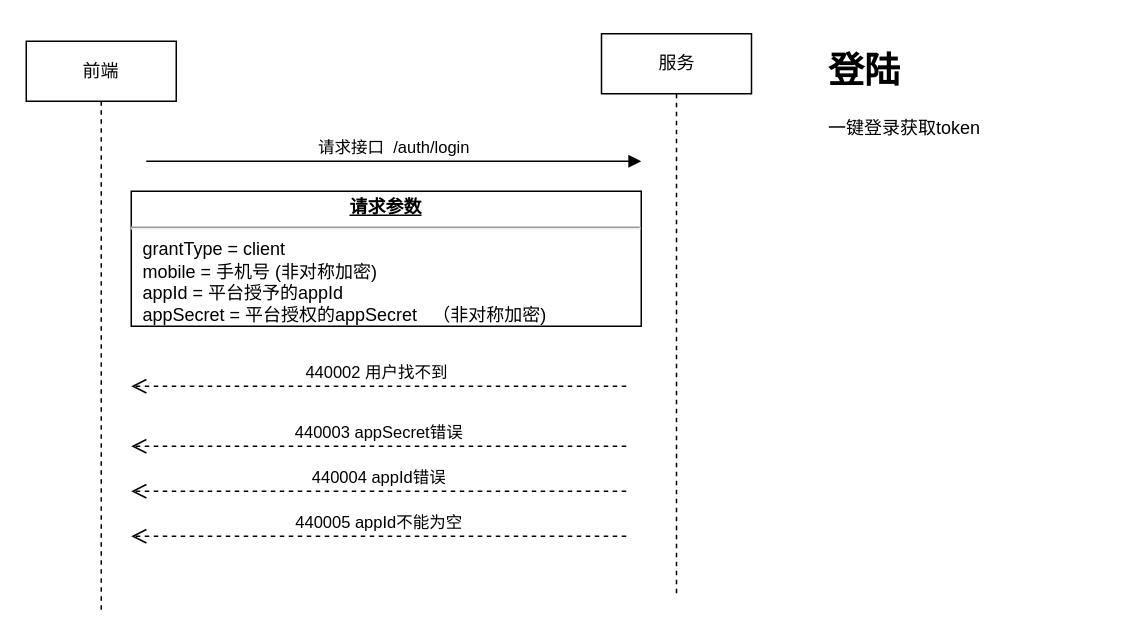
This is 新智享调车.drawio from yangrenqing/yangrenqing, a draw.io file, before an edit. Source tidied: cells renumbered, new cells numbered last; positions are measured from the earlier drawing's top-left corner, leaving out a move shared by most shapes. Both pictures are drawn from the tidied source at 150%, with x=0, y=0 at pixel (26, 33).
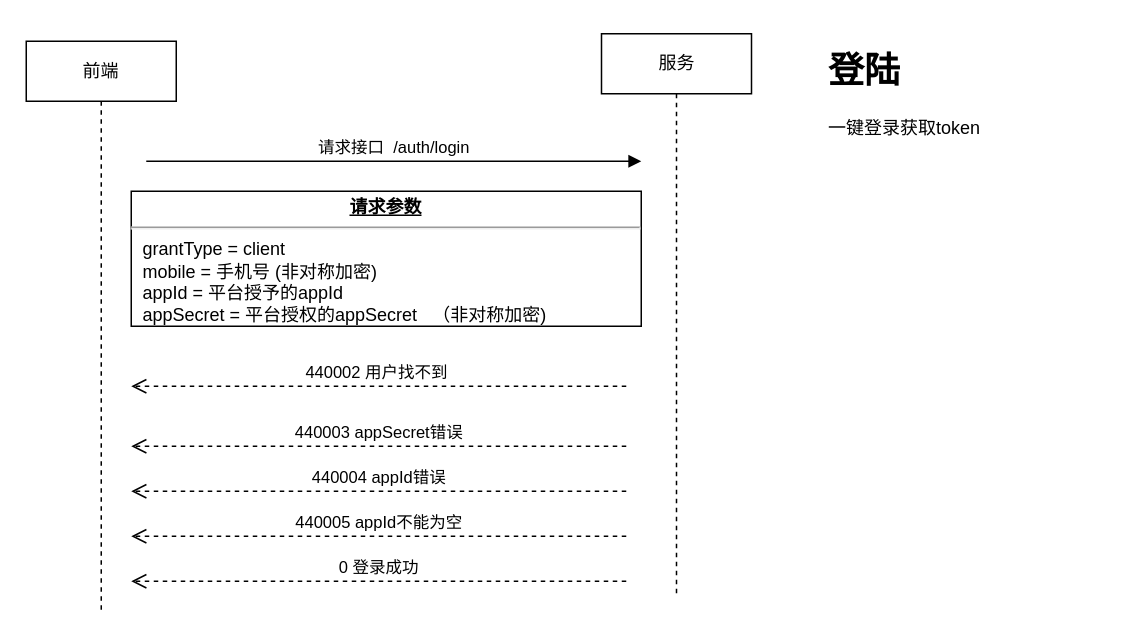
The same diagram, later.

Commit message (it also covers changes not shown here):
Update 新智享调车.drawio

The edit, as a diff of the source:
```diff
@@
 <mxGraphModel>
   <root>
     <mxCell id="0" />
     <mxCell id="1" parent="0" />
     <mxCell id="2" value="前端" style="shape=umlLifeline;perimeter=lifelinePerimeter;whiteSpace=wrap;html=1;" parent="1" vertex="1">
       <mxGeometry y="5" width="100" height="380" as="geometry" />
     </mxCell>
     <mxCell id="3" value="服务" style="shape=umlLifeline;perimeter=lifelinePerimeter;whiteSpace=wrap;html=1;" parent="1" vertex="1">
       <mxGeometry x="383.5" width="100" height="375" as="geometry" />
     </mxCell>
     <mxCell id="4" value="&lt;h1&gt;登陆&lt;/h1&gt;&lt;p&gt;一键登录获取token&lt;/p&gt;" style="text;html=1;strokeColor=none;fillColor=none;spacing=5;spacingTop=-20;whiteSpace=wrap;overflow=hidden;rounded=0;" parent="1" vertex="1">
       <mxGeometry x="530" y="5" width="190" height="120" as="geometry" />
     </mxCell>
     <mxCell id="5" value="请求接口&amp;nbsp; /auth/login" style="html=1;verticalAlign=bottom;endArrow=block;" parent="1" edge="1">
       <mxGeometry relative="1" as="geometry">
         <mxPoint x="80" y="85" as="sourcePoint" />
         <mxPoint x="410" y="85" as="targetPoint" />
       </mxGeometry>
     </mxCell>
     <mxCell id="6" value="&lt;p style=&quot;margin: 0px ; margin-top: 4px ; text-align: center ; text-decoration: underline&quot;&gt;&lt;b&gt;请求参数&lt;/b&gt;&lt;/p&gt;&lt;hr&gt;&lt;p style=&quot;margin: 0px ; margin-left: 8px&quot;&gt;grantType = client&lt;br&gt;mobile = 手机号 (非对称加密)&lt;br&gt;appId = 平台授予的appId&lt;/p&gt;&lt;p style=&quot;margin: 0px ; margin-left: 8px&quot;&gt;appSecret = 平台授权的appSecret&amp;nbsp; &amp;nbsp;（非对称加密)&amp;nbsp; &amp;nbsp; &amp;nbsp; &amp;nbsp; &amp;nbsp; &amp;nbsp; &amp;nbsp; &amp;nbsp; &amp;nbsp; &amp;nbsp; &amp;nbsp; &amp;nbsp; &amp;nbsp; &amp;nbsp; &amp;nbsp; &amp;nbsp; &amp;nbsp;&amp;nbsp;&lt;/p&gt;" style="verticalAlign=top;align=left;overflow=fill;fontSize=12;fontFamily=Helvetica;html=1;" parent="1" vertex="1">
       <mxGeometry x="70" y="105" width="340" height="90" as="geometry" />
     </mxCell>
     <mxCell id="7" value="440002 用户找不到&amp;nbsp;" style="html=1;verticalAlign=bottom;endArrow=open;dashed=1;endSize=8;" parent="1" edge="1">
       <mxGeometry relative="1" as="geometry">
         <mxPoint x="400" y="235" as="sourcePoint" />
         <mxPoint x="70" y="235" as="targetPoint" />
       </mxGeometry>
     </mxCell>
     <mxCell id="8" value="440003 appSecret错误" style="html=1;verticalAlign=bottom;endArrow=open;dashed=1;endSize=8;" parent="1" edge="1">
       <mxGeometry relative="1" as="geometry">
         <mxPoint x="400" y="275" as="sourcePoint" />
         <mxPoint x="70" y="275" as="targetPoint" />
         <Array as="points">
           <mxPoint x="230" y="275" />
         </Array>
       </mxGeometry>
     </mxCell>
     <mxCell id="9" value="440004 appId错误" style="html=1;verticalAlign=bottom;endArrow=open;dashed=1;endSize=8;" parent="1" edge="1">
       <mxGeometry relative="1" as="geometry">
         <mxPoint x="400" y="305" as="sourcePoint" />
         <mxPoint x="70" y="305" as="targetPoint" />
       </mxGeometry>
     </mxCell>
     <mxCell id="10" value="440005 appId不能为空" style="html=1;verticalAlign=bottom;endArrow=open;dashed=1;endSize=8;" parent="1" edge="1">
       <mxGeometry relative="1" as="geometry">
         <mxPoint x="400" y="335" as="sourcePoint" />
         <mxPoint x="70" y="335" as="targetPoint" />
       </mxGeometry>
     </mxCell>
+    <mxCell id="11" value="0 登录成功" style="html=1;verticalAlign=bottom;endArrow=open;dashed=1;endSize=8;" parent="1" edge="1">
+      <mxGeometry relative="1" as="geometry">
+        <mxPoint x="400" y="365" as="sourcePoint" />
+        <mxPoint x="70" y="365" as="targetPoint" />
+      </mxGeometry>
+    </mxCell>
   </root>
 </mxGraphModel>
```
